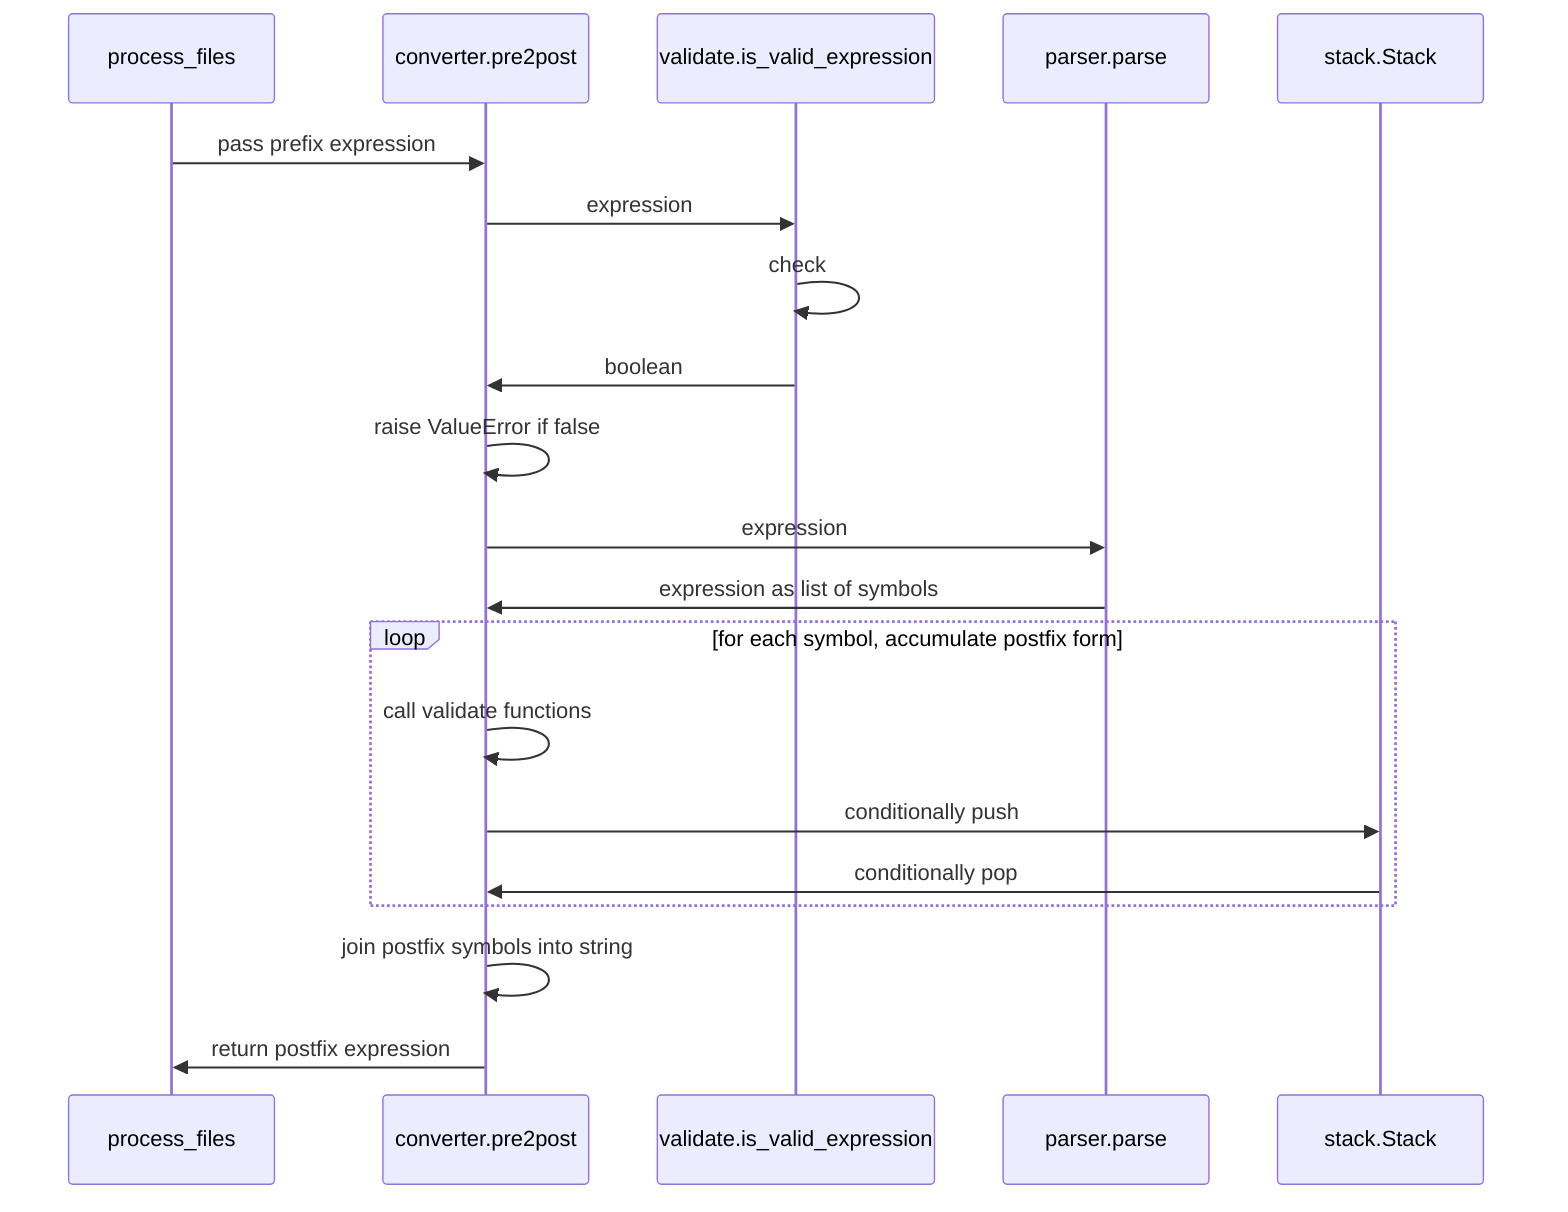
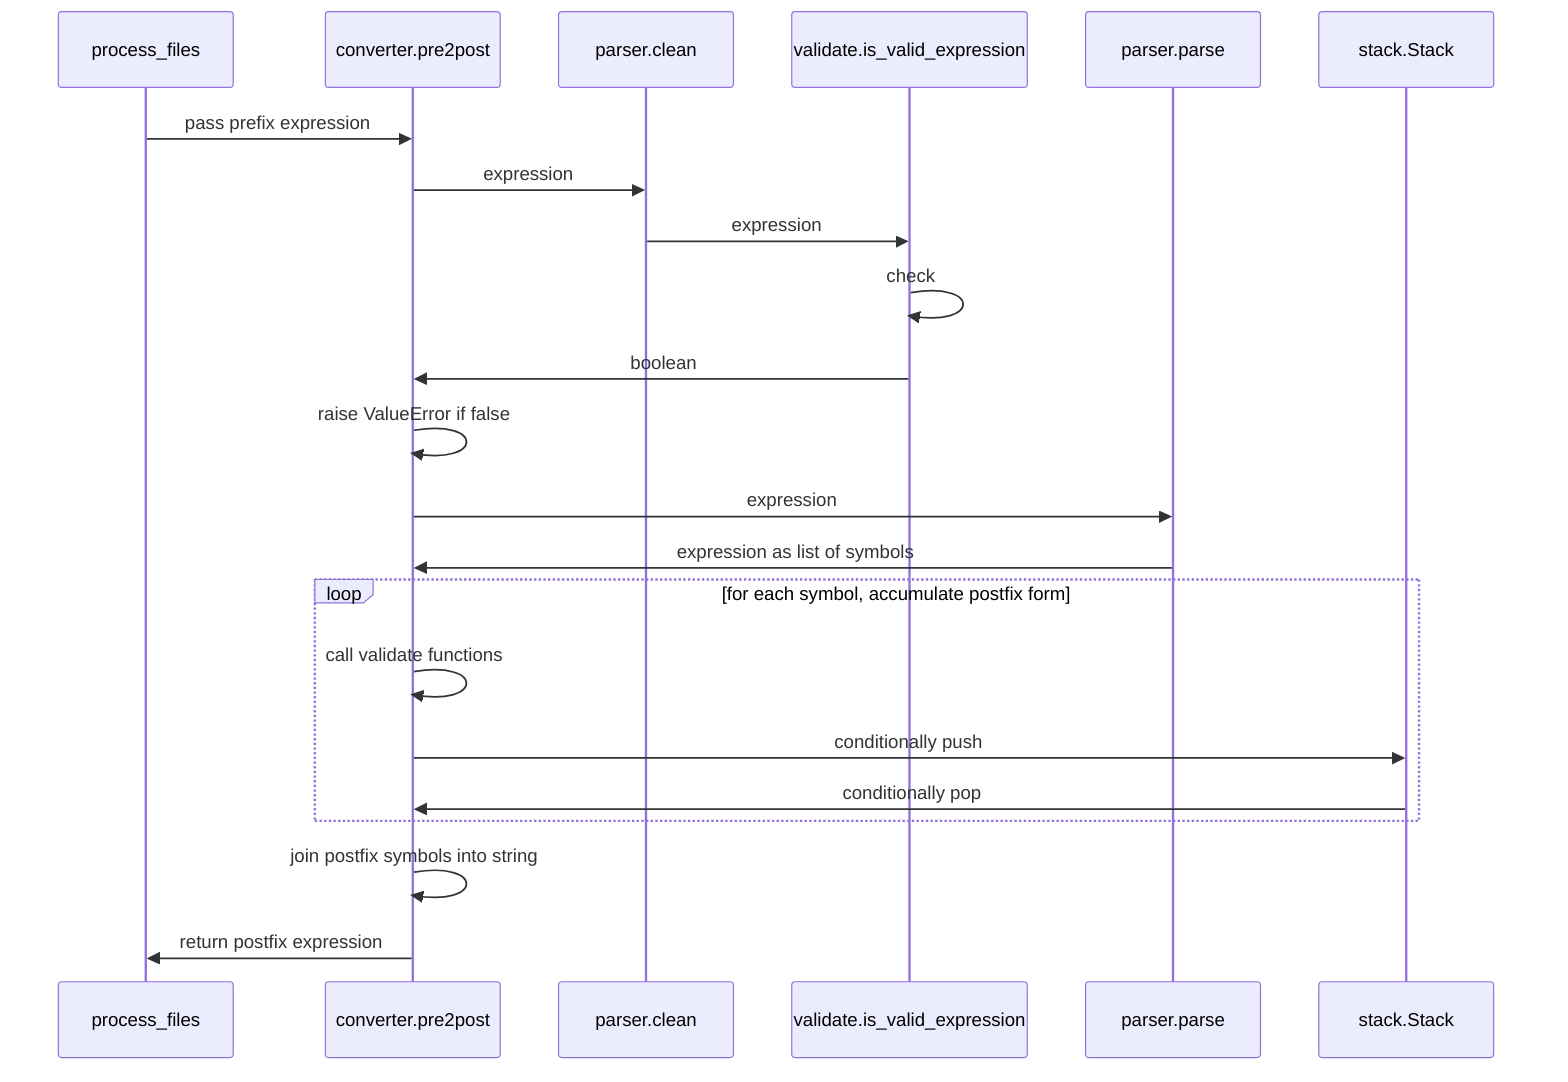
sequenceDiagram
    participant process_files
    participant pre2post as converter.pre2post
+     participant clean as parser.clean
    participant is_valid_expression as validate.is_valid_expression
    participant parser as parser.parse
    participant stack as stack.Stack

    process_files ->> pre2post: pass prefix expression
-     pre2post ->> is_valid_expression: expression
+     pre2post ->> clean: expression
+     clean ->> is_valid_expression: expression
    is_valid_expression ->> is_valid_expression: check
    is_valid_expression ->> pre2post: boolean
    pre2post ->> pre2post: raise ValueError if false
    pre2post ->> parser: expression
    parser ->> pre2post: expression as list of symbols
    loop for each symbol, accumulate postfix form
    pre2post ->> pre2post: call validate functions
    pre2post ->> stack: conditionally push
    stack ->> pre2post : conditionally pop
    end
    pre2post ->> pre2post: join postfix symbols into string
    pre2post ->> process_files: return postfix expression